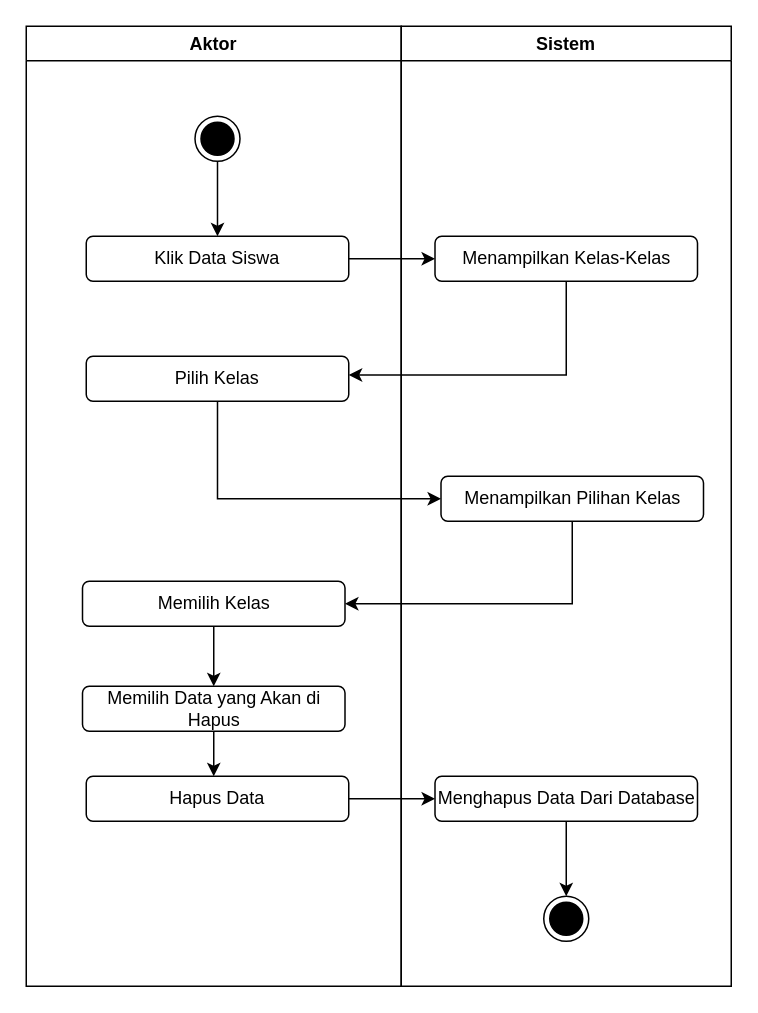
Earlier version of the draw.io diagram Cross Functional Hapus Data Siswa.drawio (XxGembelxX/Rancangan_KP). Source tidied: cells renumbered, new cells numbered last; positions are measured from the earlier drawing's top-left corner, leaving out a move shared by most shapes. Both pictures are drawn from the tidied source at 150%, with x=0, y=0 at pixel (26, 26).
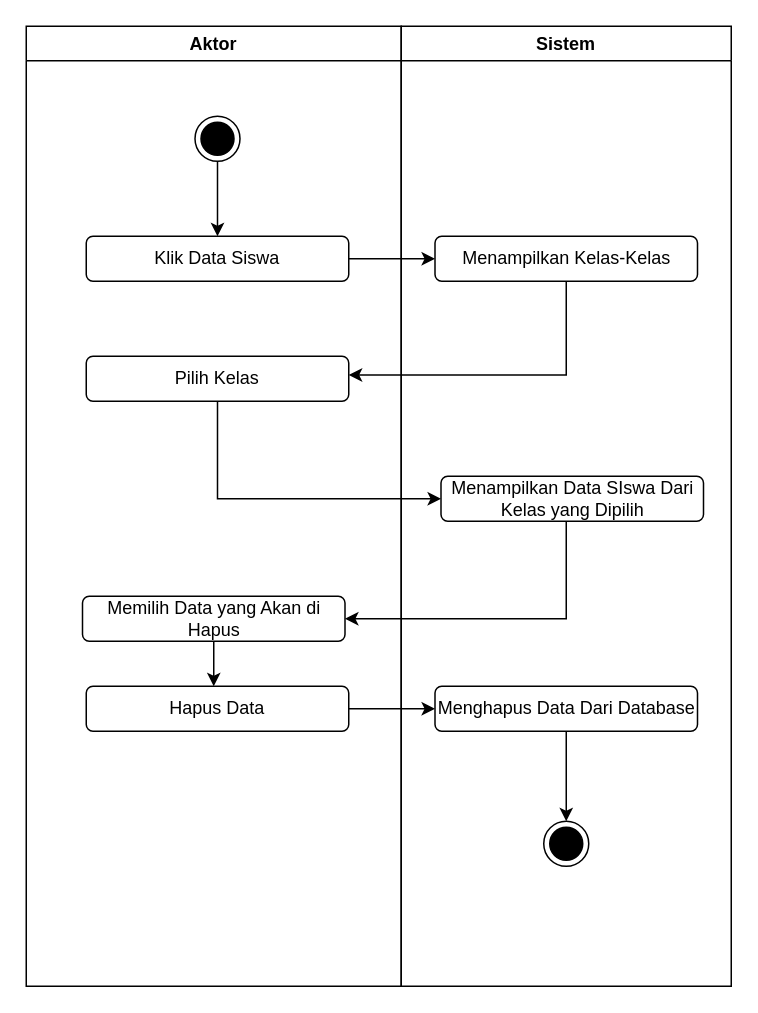
The same page after the edit.

The change refers to these unchanged cells:
```xml
<mxCell id="2" value="Aktor" style="swimlane;whiteSpace=wrap;html=1;" parent="1" vertex="1">
  <mxGeometry width="250" height="640" as="geometry" />
</mxCell>
<mxCell id="13" value="Sistem" style="swimlane;whiteSpace=wrap;html=1;" parent="1" vertex="1">
  <mxGeometry x="250" width="220" height="640" as="geometry" />
</mxCell>
```

What changed in the source:
```diff
@@
-    <mxCell id="7" style="edgeStyle=orthogonalEdgeStyle;rounded=0;jettySize=auto;html=1;entryX=0.5;entryY=0;entryDx=0;entryDy=0;" parent="2" edge="1" source="8" target="10">
-      <mxGeometry relative="1" as="geometry" />
-    </mxCell>
-    <mxCell id="8" value="Memilih Kelas" style="rounded=1;whiteSpace=wrap;html=1;" parent="2" vertex="1">
-      <mxGeometry x="37.5" y="370" width="175" height="30" as="geometry" />
-    </mxCell>
     <mxCell id="9" style="edgeStyle=orthogonalEdgeStyle;rounded=0;jettySize=auto;html=1;" parent="2" edge="1" source="10" target="12">
       <mxGeometry relative="1" as="geometry">
         <Array as="points">
-          <mxPoint x="128" y="500" />
-          <mxPoint x="128" y="500" />
+          <mxPoint x="128" y="440" />
+          <mxPoint x="128" y="440" />
         </Array>
       </mxGeometry>
     </mxCell>
     <mxCell id="10" value="Memilih Data yang Akan di Hapus" style="rounded=1;whiteSpace=wrap;html=1;" parent="2" vertex="1">
-      <mxGeometry x="37.5" y="440" width="175" height="30" as="geometry" />
+      <mxGeometry x="37.5" y="380" width="175" height="30" as="geometry" />
     </mxCell>
@@
     <mxCell id="12" value="Hapus Data" style="rounded=1;whiteSpace=wrap;html=1;" parent="2" vertex="1">
-      <mxGeometry x="40" y="500" width="175" height="30" as="geometry" />
+      <mxGeometry x="40" y="440" width="175" height="30" as="geometry" />
     </mxCell>
@@
-    <mxCell id="15" value="Menampilkan Pilihan Kelas" style="rounded=1;whiteSpace=wrap;html=1;" parent="13" vertex="1">
+    <mxCell id="15" value="Menampilkan Data SIswa Dari Kelas yang Dipilih" style="rounded=1;whiteSpace=wrap;html=1;" parent="13" vertex="1">
       <mxGeometry x="26.5" y="300" width="175" height="30" as="geometry" />
     </mxCell>
@@
     <mxCell id="17" value="Menghapus Data Dari Database" style="rounded=1;whiteSpace=wrap;html=1;" parent="13" vertex="1">
-      <mxGeometry x="22.5" y="500" width="175" height="30" as="geometry" />
+      <mxGeometry x="22.5" y="440" width="175" height="30" as="geometry" />
     </mxCell>
     <mxCell id="18" style="ellipse;html=1;shape=endState;fillColor=#000000;strokeColor=#000000;" parent="13" vertex="1">
-      <mxGeometry x="95" y="580" width="30" height="30" as="geometry" />
+      <mxGeometry x="95" y="530" width="30" height="30" as="geometry" />
     </mxCell>
@@
-    <mxCell id="21" style="edgeStyle=orthogonalEdgeStyle;rounded=0;jettySize=auto;html=1;" parent="1" edge="1" source="15" target="8">
-      <mxGeometry relative="1" as="geometry">
-        <Array as="points">
-          <mxPoint x="364" y="385" />
-        </Array>
-      </mxGeometry>
-    </mxCell>
@@
+    <mxCell id="23" style="edgeStyle=orthogonalEdgeStyle;rounded=0;jettySize=auto;html=1;entryX=1;entryY=0.5;entryDx=0;entryDy=0;" parent="1" edge="1" source="15" target="10">
+      <mxGeometry relative="1" as="geometry">
+        <Array as="points">
+          <mxPoint x="360" y="395" />
+        </Array>
+      </mxGeometry>
+    </mxCell>
```
